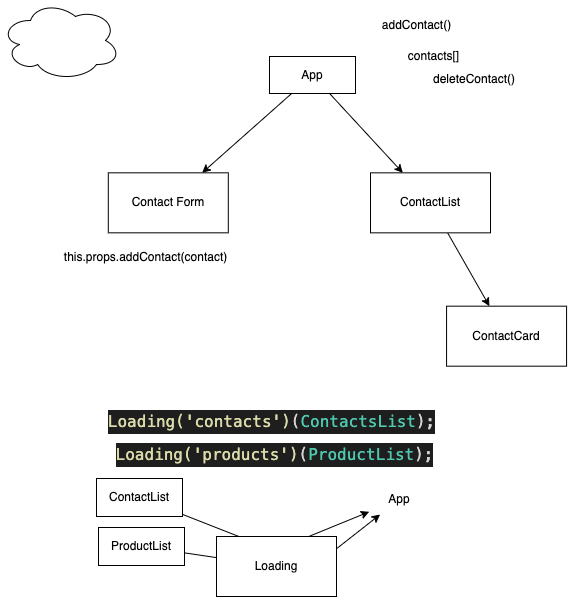
Earlier version of the draw.io export images/day12.drawio.png (adithnaveen/2022-sapient-react-node-graphql). Source tidied: cells renumbered, new cells last; positions are measured from the earlier drawing's top-left corner, leaving out a move shared by most shapes.
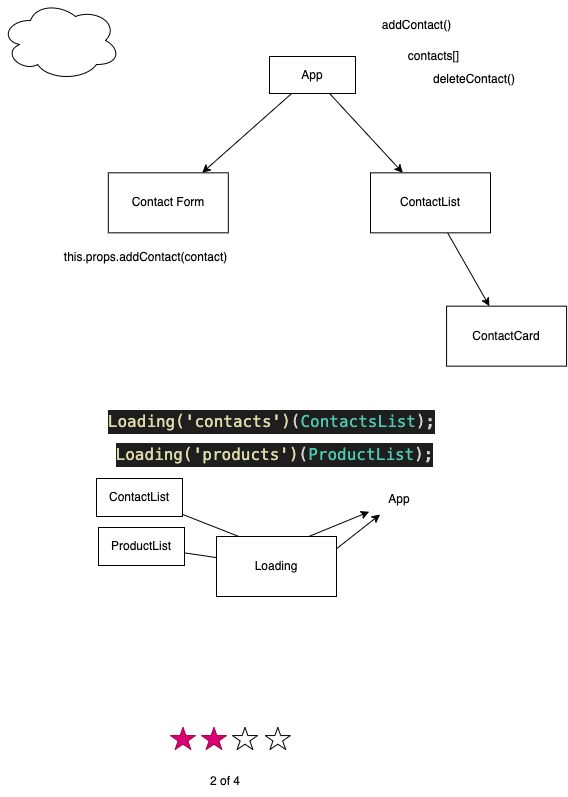
After the commit.

Diff of the diagram source:
```diff
@@ -73,5 +73,20 @@
     <mxCell id="22" value="&lt;div style=&quot;color: rgb(212 , 212 , 212) ; background-color: rgb(30 , 30 , 30) ; font-family: &amp;#34;menlo&amp;#34; , &amp;#34;monaco&amp;#34; , &amp;#34;courier new&amp;#34; , monospace ; font-size: 16px ; line-height: 24px&quot;&gt;&lt;span style=&quot;color: #dcdcaa&quot;&gt;Loading('products')&lt;/span&gt;(&lt;span style=&quot;color: #4ec9b0&quot;&gt;ProductList&lt;/span&gt;);&lt;/div&gt;" style="text;html=1;align=center;verticalAlign=middle;strokeColor=none;fillColor=none;" parent="1" vertex="1">
       <mxGeometry x="110" y="440" width="328" height="28" as="geometry" />
     </mxCell>
+    <mxCell id="23" style="verticalLabelPosition=bottom;verticalAlign=top;html=1;shape=mxgraph.basic.star;fillColor=#d80073;fontColor=#ffffff;strokeColor=#A50040;" parent="1" vertex="1">
+      <mxGeometry x="170" y="727" width="25" height="22" as="geometry" />
+    </mxCell>
+    <mxCell id="24" style="verticalLabelPosition=bottom;verticalAlign=top;html=1;shape=mxgraph.basic.star;fillColor=#d80073;fontColor=#ffffff;strokeColor=#A50040;" parent="1" vertex="1">
+      <mxGeometry x="201" y="727" width="25" height="22" as="geometry" />
+    </mxCell>
+    <mxCell id="25" style="verticalLabelPosition=bottom;verticalAlign=top;html=1;shape=mxgraph.basic.star;" parent="1" vertex="1">
+      <mxGeometry x="232" y="727" width="25" height="22" as="geometry" />
+    </mxCell>
+    <mxCell id="26" style="verticalLabelPosition=bottom;verticalAlign=top;html=1;shape=mxgraph.basic.star;" parent="1" vertex="1">
+      <mxGeometry x="264.8" y="727" width="25" height="22" as="geometry" />
+    </mxCell>
+    <mxCell id="27" value="2 of 4" style="text;html=1;strokeColor=none;fillColor=none;align=center;verticalAlign=middle;whiteSpace=wrap;rounded=0;" parent="1" vertex="1">
+      <mxGeometry x="195" y="766" width="60" height="30" as="geometry" />
+    </mxCell>
   </root>
 </mxGraphModel>
```
